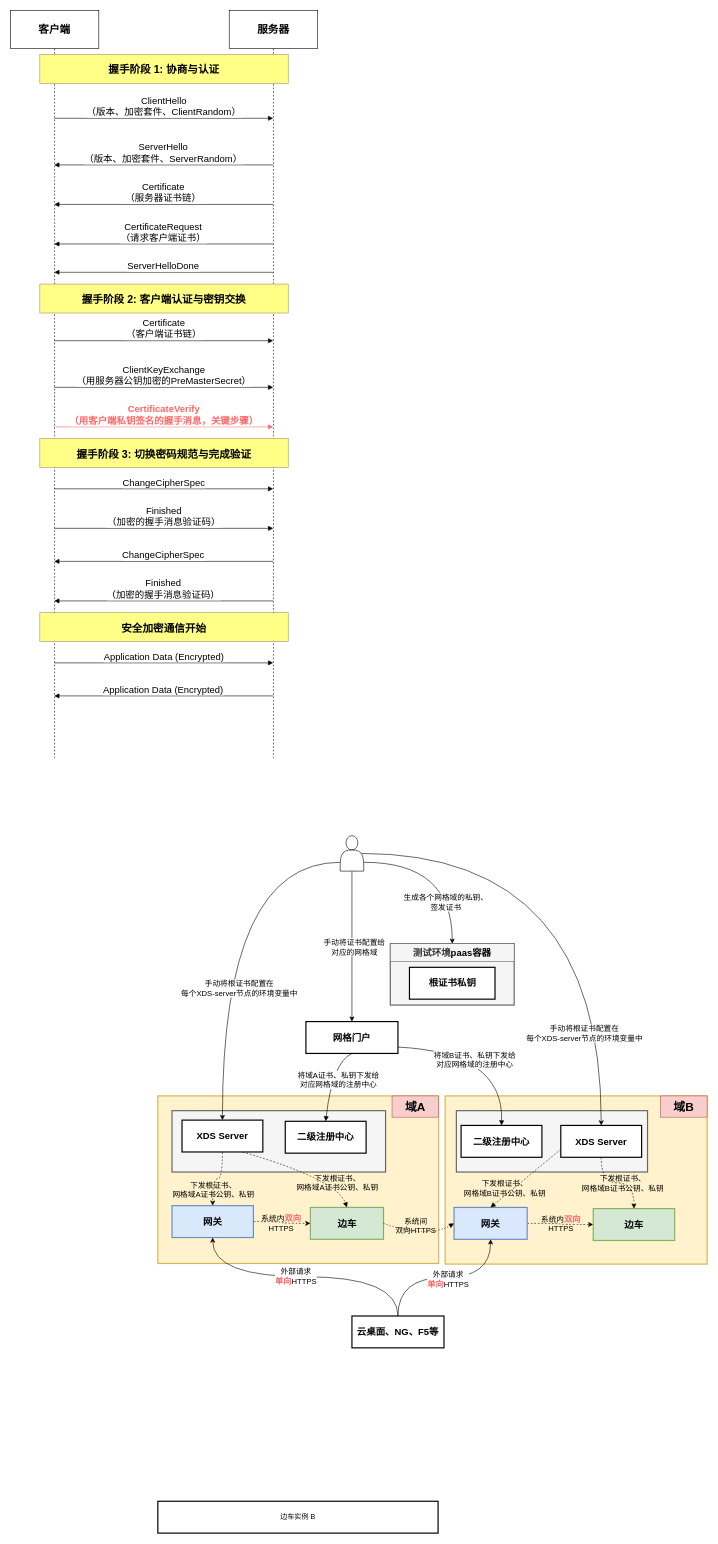
The draw.io diagram https.drawio in pbxnn/draw, before the edit. Source tidied: cells renumbered, new cells numbered last; positions are measured from the earlier drawing's top-left corner, leaving out a move shared by most shapes. Both pictures are drawn from the tidied source at 59%, with x=0, y=0 at pixel (10, 10).
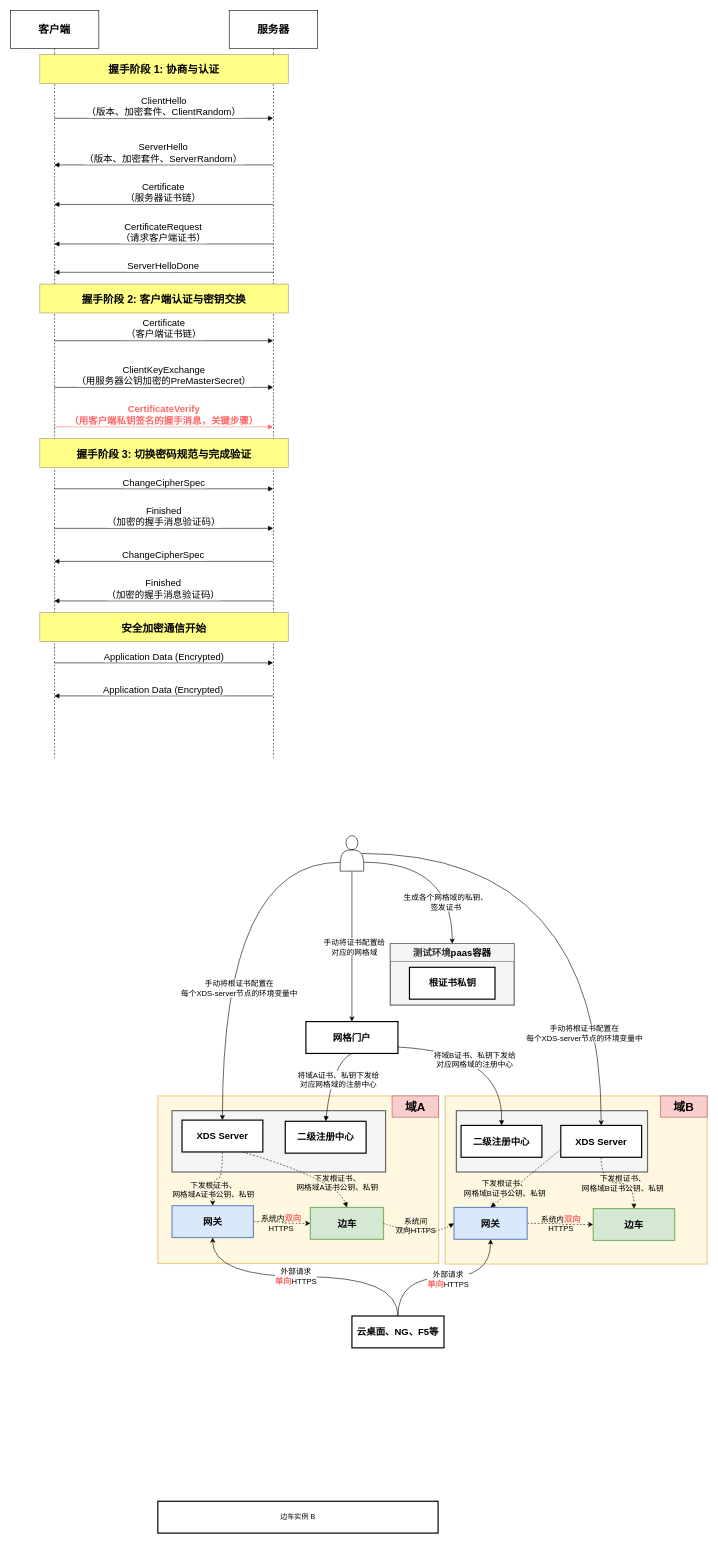
The same diagram, later.

Change to the diagram source:
```diff
@@
-    <mxCell id="22" style="whiteSpace=wrap;strokeWidth=2;fillColor=#fff2cc;strokeColor=#d6b656;fontSize=13;" parent="1" vertex="1">
+    <mxCell id="22" style="whiteSpace=wrap;strokeWidth=2;fillColor=#FFF2CC;strokeColor=#d6b656;fontSize=13;opacity=60;" parent="1" vertex="1">
       <mxGeometry x="737" y="1840" width="444" height="285" as="geometry" />
     </mxCell>
@@
-    <mxCell id="24" style="whiteSpace=wrap;strokeWidth=2;fillColor=#fff2cc;strokeColor=#d6b656;fontSize=13;" parent="1" vertex="1">
+    <mxCell id="24" style="whiteSpace=wrap;strokeWidth=2;fillColor=#FFF2CC;strokeColor=#d6b656;fontSize=13;opacity=60;" parent="1" vertex="1">
       <mxGeometry x="250" y="1840" width="476" height="284" as="geometry" />
     </mxCell>
```
